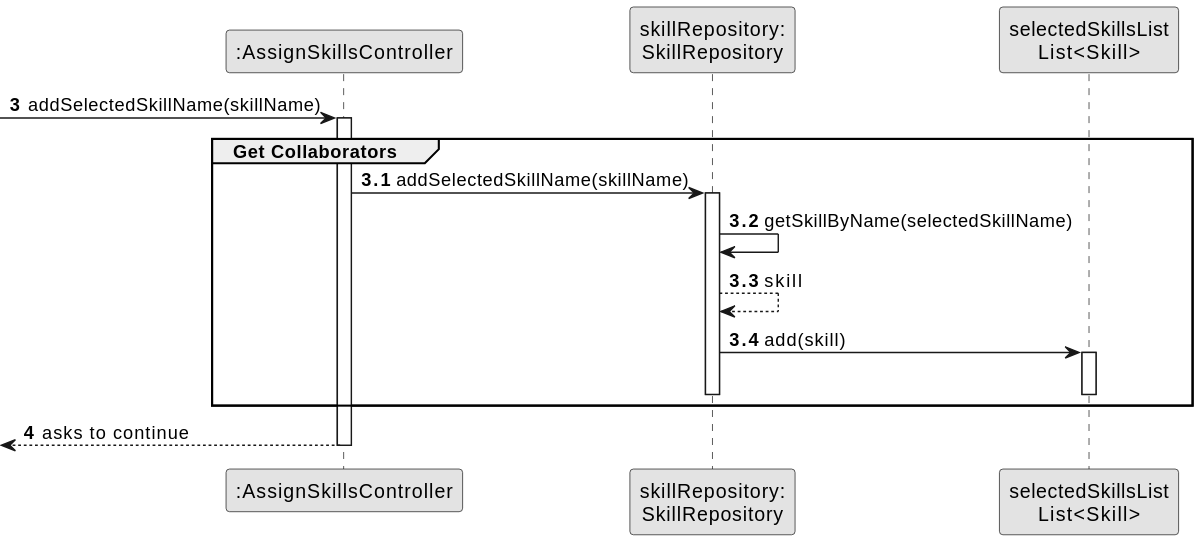
Above: docs/sprintB/us004/03.design/svg/us004-sequence-diagram-partial-get-collaborators.svg in Departamento-de-Engenharia-Informatica/lei-24-s2-1dm-g132 (PlantUML), before the change.
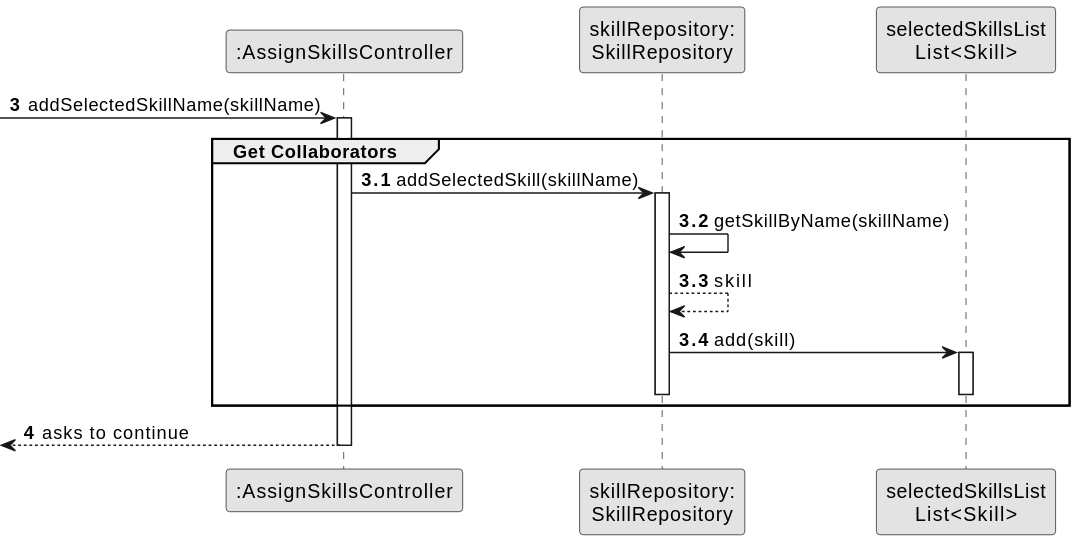
The same file after the commit.

Commit message:
US04 fixed typos in sequence diagram full and partials

What changed in the source:
```diff
@@ -14,10 +14,10 @@
 
 activate CTRL
     group Get Collaborators
-        CTRL -> SkillRepository: addSelectedSkillName(skillName)
+        CTRL -> SkillRepository: addSelectedSkill(skillName)
         activate SkillRepository
 
-        SkillRepository -> SkillRepository: getSkillByName(selectedSkillName)
+        SkillRepository -> SkillRepository: getSkillByName(skillName)
 
         SkillRepository --> SkillRepository: skill
         SkillRepository -> selectedSkillsList : add(skill)
```
